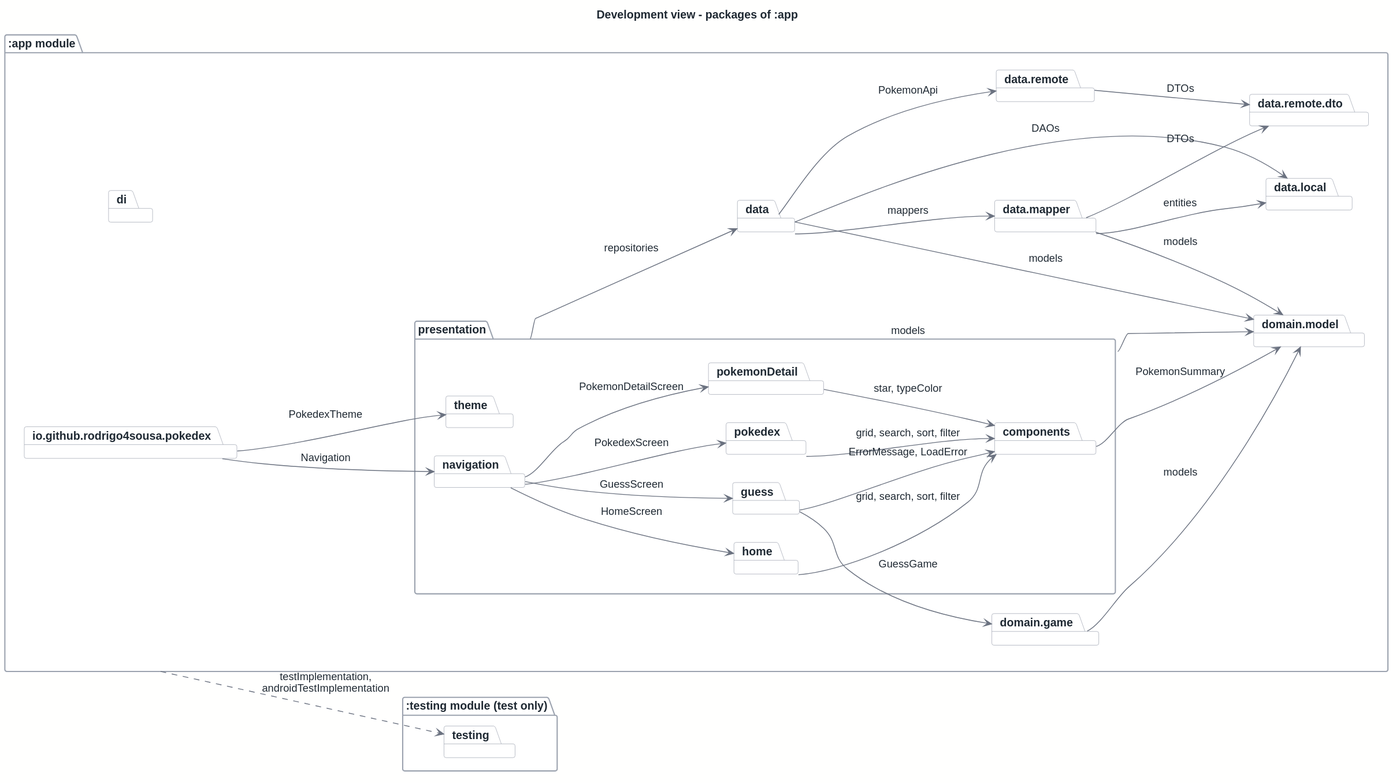
Earlier version of the PlantUML export docs/architecture/out/development.svg (rodrigo4sousa/Pokedex). Its diagram source:
```plantuml
@startuml
!include ../style.puml

title Development view - packages of :app

set separator none
left to right direction

package ":app module" {
    package "io.github.rodrigo4sousa.pokedex"
    package "presentation" {
        package "navigation"
        package "home"
        package "pokedex"
        package "pokemonDetail"
        package "guess"
        package "components"
        package "theme"
    }
    package "domain.model"
    package "domain.game"
    package "di"
    package "data"
    package "data.mapper"
    package "data.remote"
    package "data.remote.dto"
    package "data.local"
}

package ":testing module (test only)" {
    package "testing"
}

"io.github.rodrigo4sousa.pokedex" --> "navigation" : Navigation
"io.github.rodrigo4sousa.pokedex" --> "theme" : PokedexTheme

"navigation" --> "home" : HomeScreen
"navigation" --> "pokedex" : PokedexScreen
"navigation" --> "pokemonDetail" : PokemonDetailScreen
"navigation" --> "guess" : GuessScreen

"home" --> "components" : grid, search, sort, filter
"pokedex" --> "components" : grid, search, sort, filter
"pokemonDetail" --> "components" : star, typeColor
"guess" --> "components" : ErrorMessage, LoadError
"guess" --> "domain.game" : GuessGame
"domain.game" --> "domain.model" : models
"components" --> "domain.model" : PokemonSummary

"presentation" --> "data" : repositories
"presentation" --> "domain.model" : models

"data" --> "data.remote" : PokemonApi
"data" --> "data.local" : DAOs
"data" --> "data.mapper" : mappers
"data" --> "domain.model" : models
"data.remote" --> "data.remote.dto" : DTOs
"data.mapper" --> "data.remote.dto" : DTOs
"data.mapper" --> "data.local" : entities
"data.mapper" --> "domain.model" : models

":app module" ..> "testing" : testImplementation,\nandroidTestImplementation
@enduml
```
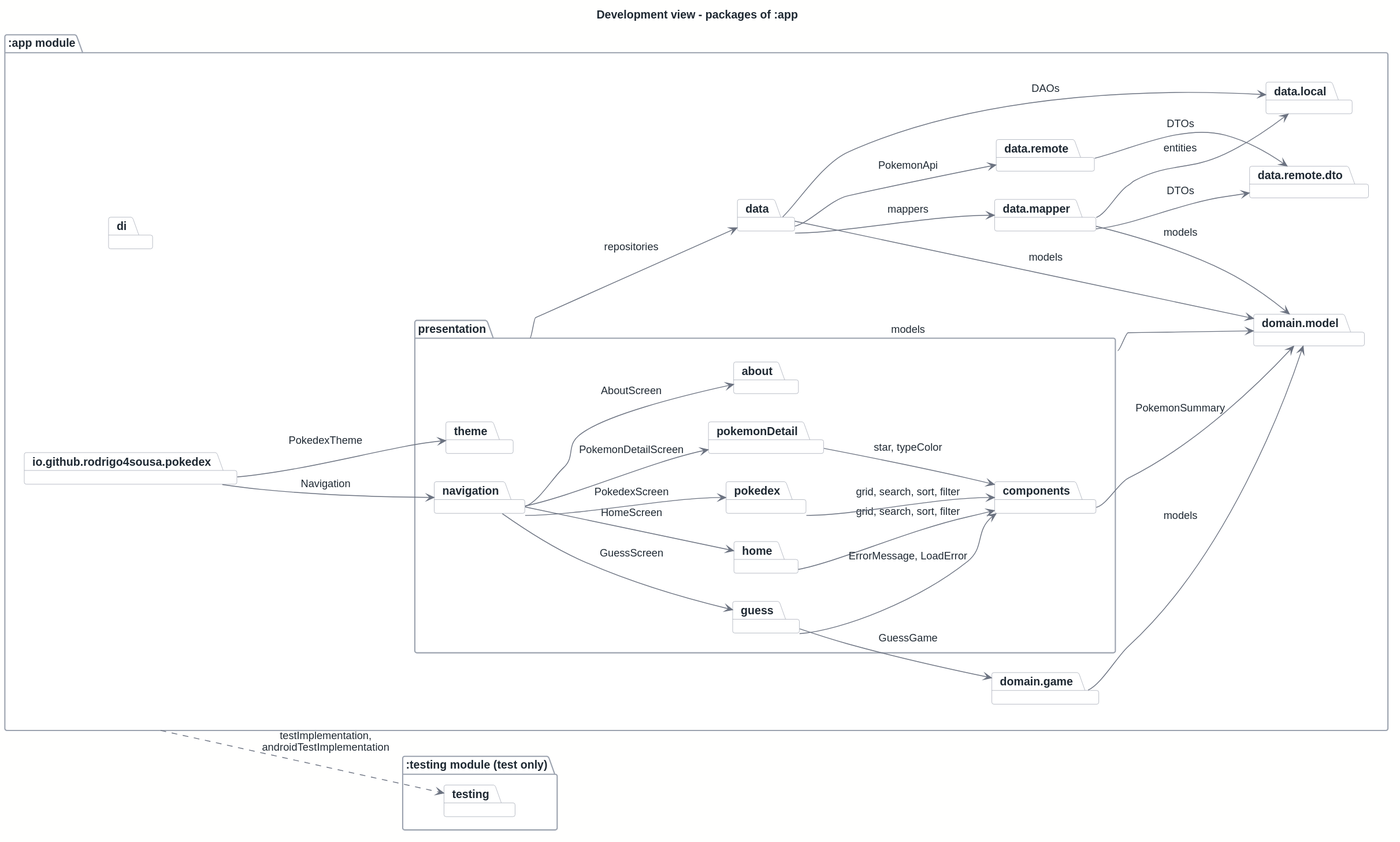
After the commit.

Change to the diagram source:
```diff
@@ -14,6 +14,7 @@
         package "pokedex"
         package "pokemonDetail"
         package "guess"
+        package "about"
         package "components"
         package "theme"
     }
@@ -38,6 +39,7 @@
 "navigation" --> "pokedex" : PokedexScreen
 "navigation" --> "pokemonDetail" : PokemonDetailScreen
 "navigation" --> "guess" : GuessScreen
+"navigation" --> "about" : AboutScreen
 
 "home" --> "components" : grid, search, sort, filter
 "pokedex" --> "components" : grid, search, sort, filter
```
